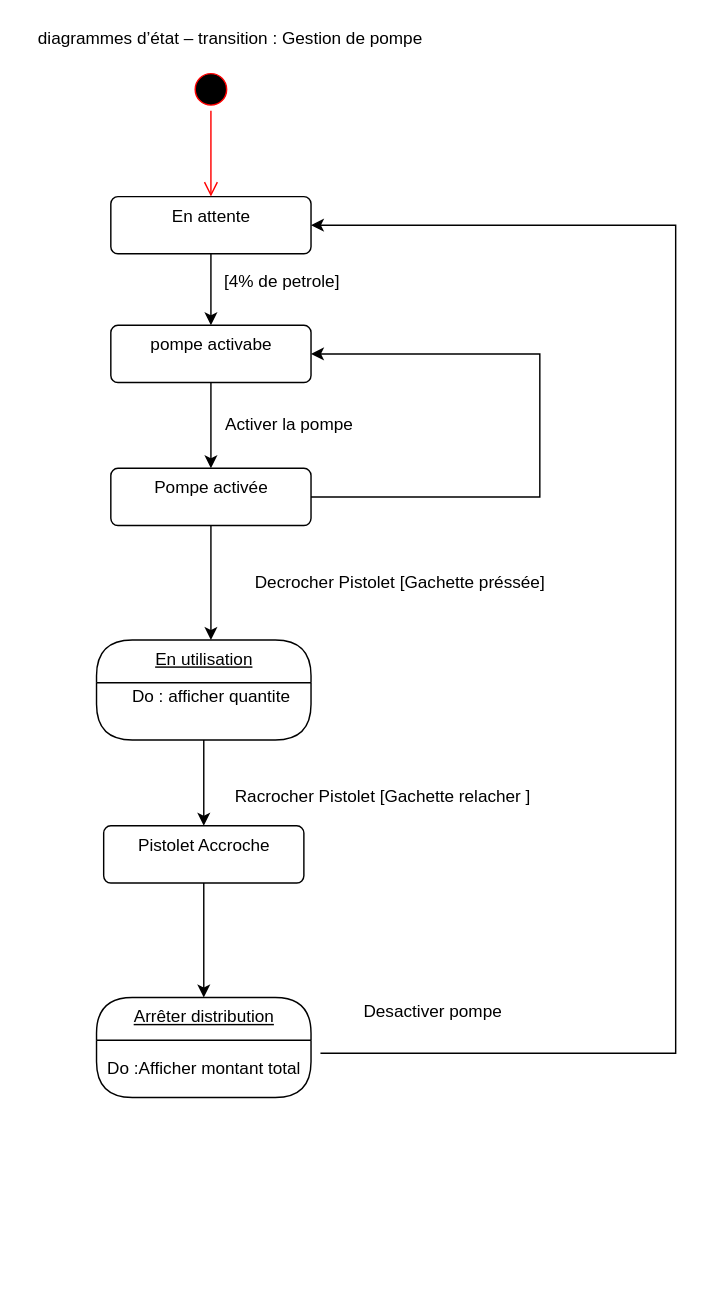
Above: page "Page-2" (2 of 2) of Diagramme Sequence (1) (3).drawio in djunibert/j (draw.io), before the change. Source tidied: cells renumbered, new cells numbered last; positions are measured from the earlier drawing's top-left corner, leaving out a move shared by most shapes. Both pictures are drawn from the tidied source at 143%, with x=0, y=0 at pixel (24, 24).
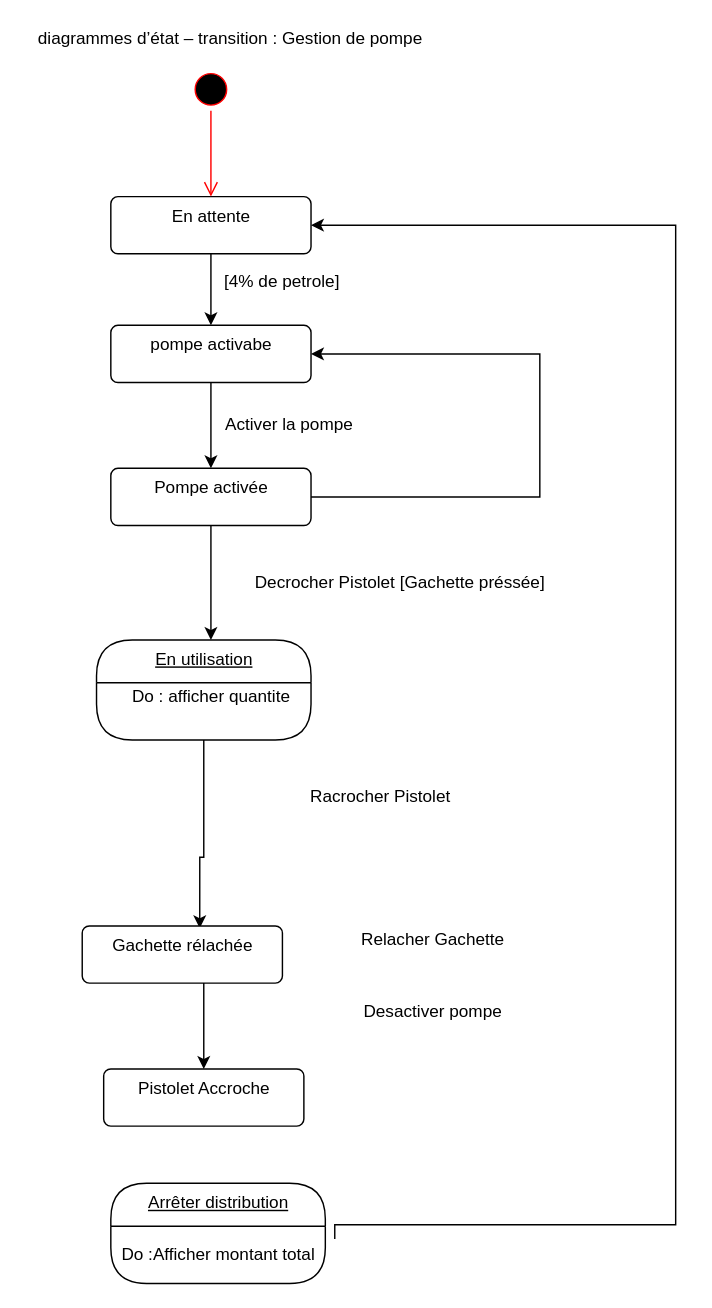
The same diagram, later.

Unchanged cells that the change refers to:
```xml
<mxCell id="13" value="En utilisation" style="swimlane;fontStyle=4;align=center;verticalAlign=top;horizontal=1;startSize=30;html=1;rounded=1;absoluteArcSize=1;arcSize=50;" parent="1" vertex="1">
  <mxGeometry x="50" y="430" width="150" height="70" as="geometry" />
</mxCell>
<mxCell id="16" value="Do :Afficher montant total" style="text;html=1;align=center;verticalAlign=middle;points=[];" parent="15" vertex="1">
  <mxGeometry y="30" width="150" height="40" as="geometry" />
</mxCell>
```

What changed in the source:
```diff
@@
-    <mxCell id="3" style="edgeStyle=orthogonalEdgeStyle;rounded=0;jettySize=auto;html=1;" parent="1" edge="1" source="4">
-      <mxGeometry relative="1" as="geometry">
-        <mxPoint x="125" y="680" as="targetPoint" />
-      </mxGeometry>
-    </mxCell>
     <mxCell id="4" value="Pistolet Accroche" style="html=1;align=center;verticalAlign=top;rounded=1;absoluteArcSize=1;arcSize=10;dashed=0;" parent="1" vertex="1">
-      <mxGeometry x="55" y="560" width="140" height="40" as="geometry" />
+      <mxGeometry x="55" y="730" width="140" height="40" as="geometry" />
     </mxCell>
@@
-    <mxCell id="12" style="edgeStyle=orthogonalEdgeStyle;rounded=0;jettySize=auto;html=1;" parent="1" edge="1" source="13" target="4">
-      <mxGeometry relative="1" as="geometry" />
+    <mxCell id="12" style="edgeStyle=orthogonalEdgeStyle;rounded=0;jettySize=auto;html=1;entryX=0.587;entryY=0.042;entryDx=0;entryDy=0;entryPerimeter=0;" parent="1" edge="1" source="13" target="26">
+      <mxGeometry relative="1" as="geometry">
+        <Array as="points">
+          <mxPoint x="125" y="582" />
+        </Array>
+      </mxGeometry>
     </mxCell>
@@
     <mxCell id="15" value="Arrêter distribution" style="swimlane;fontStyle=4;align=center;verticalAlign=top;horizontal=1;startSize=30;html=1;rounded=1;absoluteArcSize=1;arcSize=50;" parent="1" vertex="1">
-      <mxGeometry x="50" y="680" width="150" height="70" as="geometry" />
+      <mxGeometry x="60" y="810" width="150" height="70" as="geometry" />
     </mxCell>
@@
     <mxCell id="17" style="edgeStyle=orthogonalEdgeStyle;rounded=0;jettySize=auto;html=1;exitX=1.044;exitY=0.225;exitDx=0;exitDy=0;exitPerimeter=0;" parent="1" edge="1" source="16">
       <mxGeometry relative="1" as="geometry">
         <mxPoint x="200" y="140" as="targetPoint" />
         <Array as="points">
-          <mxPoint x="455" y="719" />
+          <mxPoint x="455" y="839" />
           <mxPoint x="455" y="140" />
         </Array>
       </mxGeometry>
     </mxCell>
@@
-    <mxCell id="19" value="Racrocher Pistolet [Gachette relacher ]" style="text;html=1;align=center;verticalAlign=middle;" parent="1" vertex="1">
-      <mxGeometry x="140" y="530" width="220" height="20" as="geometry" />
+    <mxCell id="19" value="Racrocher Pistolet&amp;nbsp;" style="text;html=1;align=center;verticalAlign=middle;" parent="1" vertex="1">
+      <mxGeometry x="190" y="530" width="120" height="20" as="geometry" />
     </mxCell>
@@
+    <mxCell id="25" style="edgeStyle=orthogonalEdgeStyle;rounded=0;jettySize=auto;html=1;entryX=0.5;entryY=0;entryDx=0;entryDy=0;" parent="1" edge="1" source="26" target="4">
+      <mxGeometry relative="1" as="geometry">
+        <Array as="points">
+          <mxPoint x="125" y="680" />
+          <mxPoint x="125" y="680" />
+        </Array>
+      </mxGeometry>
+    </mxCell>
+    <mxCell id="26" value="Gachette rélachée" style="html=1;align=center;verticalAlign=top;rounded=1;absoluteArcSize=1;arcSize=10;dashed=0;" parent="1" vertex="1">
+      <mxGeometry x="40" y="630" width="140" height="40" as="geometry" />
+    </mxCell>
+    <mxCell id="27" value="Relacher Gachette" style="text;html=1;align=center;verticalAlign=middle;" parent="1" vertex="1">
+      <mxGeometry x="225" y="630" width="120" height="20" as="geometry" />
+    </mxCell>
```
